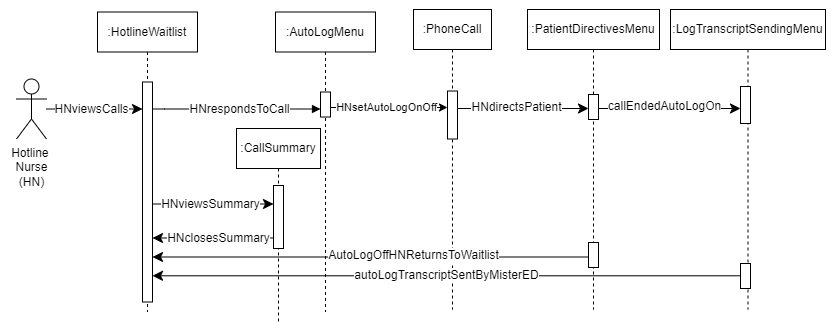
SENG-350-2024-fall/Team9 keeps this draw.io diagram as AmirWork/M2/Nurse_Hotline_SequenceDiagram.drawio.png. Above is the earlier version. Source tidied: cells renumbered, new cells last; positions are measured from the earlier drawing's top-left corner, leaving out a move shared by most shapes.
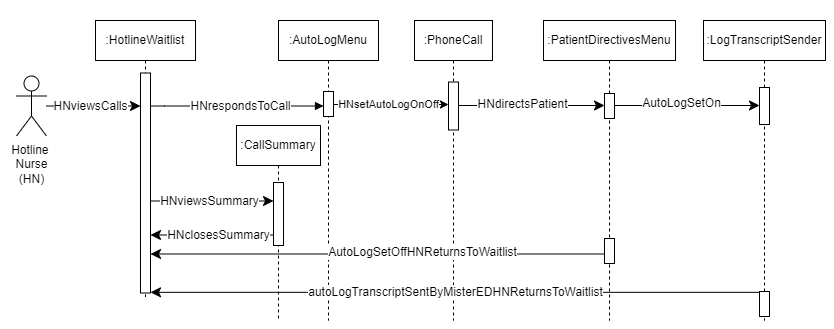
Later version of the same file.

Change to the diagram source:
```diff
@@ -3,10 +3,10 @@
     <mxCell id="0" />
     <mxCell id="1" parent="0" />
     <mxCell id="2" style="rounded=0;whiteSpace=wrap;html=1;strokeColor=none;" parent="1" vertex="1">
-      <mxGeometry y="5.5" width="116" height="147" as="geometry" />
+      <mxGeometry y="23" width="116" height="129.5" as="geometry" />
     </mxCell>
     <mxCell id="3" style="rounded=0;whiteSpace=wrap;html=1;strokeColor=none;" parent="1" vertex="1">
-      <mxGeometry x="752" width="79" height="60.5" as="geometry" />
+      <mxGeometry x="754" y="3" width="79" height="329" as="geometry" />
     </mxCell>
     <mxCell id="4" value=":CallSummary" style="shape=umlLifeline;perimeter=lifelinePerimeter;whiteSpace=wrap;html=1;newEdgeStyle={&quot;edgeStyle&quot;:&quot;elbowEdgeStyle&quot;,&quot;elbow&quot;:&quot;vertical&quot;,&quot;curved&quot;:0,&quot;rounded&quot;:0};" parent="1" vertex="1">
       <mxGeometry x="236" y="128" width="84" height="195" as="geometry" />
@@ -15,16 +15,16 @@
       <mxGeometry x="37" y="57" width="10" height="63" as="geometry" />
     </mxCell>
     <mxCell id="6" value=":HotlineWaitlist" style="shape=umlLifeline;perimeter=lifelinePerimeter;whiteSpace=wrap;html=1;newEdgeStyle={&quot;edgeStyle&quot;:&quot;elbowEdgeStyle&quot;,&quot;elbow&quot;:&quot;vertical&quot;,&quot;curved&quot;:0,&quot;rounded&quot;:0};" parent="1" vertex="1">
-      <mxGeometry x="97" y="11.5" width="100" height="300" as="geometry" />
+      <mxGeometry x="95" y="23" width="100" height="276.5" as="geometry" />
     </mxCell>
     <mxCell id="7" style="html=1;points=[];perimeter=orthogonalPerimeter;outlineConnect=0;targetShapes=umlLifeline;portConstraint=eastwest;newEdgeStyle={&quot;edgeStyle&quot;:&quot;elbowEdgeStyle&quot;,&quot;elbow&quot;:&quot;vertical&quot;,&quot;curved&quot;:0,&quot;rounded&quot;:0};" parent="6" vertex="1">
-      <mxGeometry x="45" y="70" width="10" height="220" as="geometry" />
+      <mxGeometry x="45" y="52.5" width="10" height="220" as="geometry" />
     </mxCell>
     <mxCell id="8" value=":AutoLogMenu" style="shape=umlLifeline;perimeter=lifelinePerimeter;whiteSpace=wrap;html=1;newEdgeStyle={&quot;edgeStyle&quot;:&quot;elbowEdgeStyle&quot;,&quot;elbow&quot;:&quot;vertical&quot;,&quot;curved&quot;:0,&quot;rounded&quot;:0};" parent="1" vertex="1">
-      <mxGeometry x="275" y="11.5" width="100" height="300" as="geometry" />
+      <mxGeometry x="278" y="23" width="100" height="300" as="geometry" />
     </mxCell>
     <mxCell id="9" style="html=1;points=[];perimeter=orthogonalPerimeter;outlineConnect=0;targetShapes=umlLifeline;portConstraint=eastwest;newEdgeStyle={&quot;edgeStyle&quot;:&quot;elbowEdgeStyle&quot;,&quot;elbow&quot;:&quot;vertical&quot;,&quot;curved&quot;:0,&quot;rounded&quot;:0};" parent="8" vertex="1">
-      <mxGeometry x="45" y="80" width="10" height="25" as="geometry" />
+      <mxGeometry x="45" y="71" width="10" height="25" as="geometry" />
     </mxCell>
     <mxCell id="10" style="html=1;verticalAlign=bottom;endArrow=block;edgeStyle=elbowEdgeStyle;elbow=vertical;curved=0;rounded=0;" parent="1" edge="1" source="7" target="9">
       <mxGeometry x="0.14" y="5" relative="1" as="geometry">
@@ -72,10 +72,10 @@
       <mxGeometry x="-0.1" relative="1" as="geometry" />
     </mxCell>
     <mxCell id="19" value=":PhoneCall" style="shape=umlLifeline;perimeter=lifelinePerimeter;whiteSpace=wrap;html=1;newEdgeStyle={&quot;edgeStyle&quot;:&quot;elbowEdgeStyle&quot;,&quot;elbow&quot;:&quot;vertical&quot;,&quot;curved&quot;:0,&quot;rounded&quot;:0};" parent="1" vertex="1">
-      <mxGeometry x="413" y="9" width="78" height="300" as="geometry" />
+      <mxGeometry x="414" y="23" width="78" height="300" as="geometry" />
     </mxCell>
     <mxCell id="20" style="html=1;points=[];perimeter=orthogonalPerimeter;outlineConnect=0;targetShapes=umlLifeline;portConstraint=eastwest;newEdgeStyle={&quot;edgeStyle&quot;:&quot;elbowEdgeStyle&quot;,&quot;elbow&quot;:&quot;vertical&quot;,&quot;curved&quot;:0,&quot;rounded&quot;:0};" parent="19" vertex="1">
-      <mxGeometry x="34" y="81.5" width="10" height="48" as="geometry" />
+      <mxGeometry x="34" y="61.5" width="10" height="48" as="geometry" />
     </mxCell>
     <mxCell id="21" style="edgeStyle=elbowEdgeStyle;rounded=0;jettySize=auto;html=1;elbow=horizontal;curved=0;" parent="1" edge="1" source="9" target="20">
       <mxGeometry relative="1" as="geometry">
@@ -90,13 +90,13 @@
       </mxGeometry>
     </mxCell>
     <mxCell id="23" value=":PatientDirectivesMenu" style="shape=umlLifeline;perimeter=lifelinePerimeter;whiteSpace=wrap;html=1;newEdgeStyle={&quot;edgeStyle&quot;:&quot;elbowEdgeStyle&quot;,&quot;elbow&quot;:&quot;vertical&quot;,&quot;curved&quot;:0,&quot;rounded&quot;:0};" parent="1" vertex="1">
-      <mxGeometry x="527" y="9" width="132" height="300" as="geometry" />
+      <mxGeometry x="543" y="23" width="132" height="300" as="geometry" />
     </mxCell>
     <mxCell id="24" style="html=1;points=[];perimeter=orthogonalPerimeter;outlineConnect=0;targetShapes=umlLifeline;portConstraint=eastwest;newEdgeStyle={&quot;edgeStyle&quot;:&quot;elbowEdgeStyle&quot;,&quot;elbow&quot;:&quot;vertical&quot;,&quot;curved&quot;:0,&quot;rounded&quot;:0};" parent="23" vertex="1">
-      <mxGeometry x="61" y="85" width="10" height="25" as="geometry" />
+      <mxGeometry x="61" y="73" width="10" height="25" as="geometry" />
     </mxCell>
     <mxCell id="25" style="html=1;points=[];perimeter=orthogonalPerimeter;outlineConnect=0;targetShapes=umlLifeline;portConstraint=eastwest;newEdgeStyle={&quot;edgeStyle&quot;:&quot;elbowEdgeStyle&quot;,&quot;elbow&quot;:&quot;vertical&quot;,&quot;curved&quot;:0,&quot;rounded&quot;:0};" parent="23" vertex="1">
-      <mxGeometry x="61" y="233" width="10" height="25" as="geometry" />
+      <mxGeometry x="61" y="218" width="10" height="25" as="geometry" />
     </mxCell>
     <mxCell id="26" style="edgeStyle=elbowEdgeStyle;curved=0;rounded=0;jettySize=auto;html=1;elbow=vertical;fontSize=12;startSize=8;endSize=8;" parent="1" edge="1" source="20" target="24">
       <mxGeometry relative="1" as="geometry">
@@ -110,36 +110,35 @@
         <mxPoint x="16" y="-1" as="offset" />
       </mxGeometry>
     </mxCell>
-    <mxCell id="28" value=":LogTranscriptSendingMenu" style="shape=umlLifeline;perimeter=lifelinePerimeter;whiteSpace=wrap;html=1;newEdgeStyle={&quot;edgeStyle&quot;:&quot;elbowEdgeStyle&quot;,&quot;elbow&quot;:&quot;vertical&quot;,&quot;curved&quot;:0,&quot;rounded&quot;:0};" parent="1" vertex="1">
-      <mxGeometry x="670" y="9" width="155" height="300" as="geometry" />
+    <mxCell id="28" value=":LogTranscriptSender" style="shape=umlLifeline;perimeter=lifelinePerimeter;whiteSpace=wrap;html=1;newEdgeStyle={&quot;edgeStyle&quot;:&quot;elbowEdgeStyle&quot;,&quot;elbow&quot;:&quot;vertical&quot;,&quot;curved&quot;:0,&quot;rounded&quot;:0};" parent="1" vertex="1">
+      <mxGeometry x="703" y="23" width="122" height="300" as="geometry" />
     </mxCell>
     <mxCell id="29" style="html=1;points=[];perimeter=orthogonalPerimeter;outlineConnect=0;targetShapes=umlLifeline;portConstraint=eastwest;newEdgeStyle={&quot;edgeStyle&quot;:&quot;elbowEdgeStyle&quot;,&quot;elbow&quot;:&quot;vertical&quot;,&quot;curved&quot;:0,&quot;rounded&quot;:0};" parent="28" vertex="1">
-      <mxGeometry x="70" y="254" width="10" height="25" as="geometry" />
+      <mxGeometry x="56" y="271" width="10" height="25" as="geometry" />
     </mxCell>
+    <mxCell id="32" style="html=1;points=[];perimeter=orthogonalPerimeter;outlineConnect=0;targetShapes=umlLifeline;portConstraint=eastwest;newEdgeStyle={&quot;edgeStyle&quot;:&quot;elbowEdgeStyle&quot;,&quot;elbow&quot;:&quot;vertical&quot;,&quot;curved&quot;:0,&quot;rounded&quot;:0};" parent="28" vertex="1">
+      <mxGeometry x="56" y="67" width="10" height="37" as="geometry" />
+    </mxCell>
-    <mxCell id="30" style="edgeStyle=elbowEdgeStyle;curved=0;rounded=0;jettySize=auto;html=1;elbow=vertical;fontSize=12;startSize=8;endSize=8;" parent="1" edge="1" source="24">
+    <mxCell id="30" style="edgeStyle=elbowEdgeStyle;curved=0;rounded=0;jettySize=auto;html=1;elbow=vertical;fontSize=12;startSize=8;endSize=8;" parent="1" edge="1" source="24" target="32">
       <mxGeometry relative="1" as="geometry">
-        <mxPoint x="740" y="108" as="targetPoint" />
         <Array as="points">
           <mxPoint x="673" y="108" />
         </Array>
       </mxGeometry>
     </mxCell>
-    <mxCell id="31" value="callEndedAutoLogOn" style="edgeLabel;html=1;align=center;verticalAlign=middle;fontSize=12;" parent="30" vertex="1">
+    <mxCell id="31" value="AutoLogSetOn" style="edgeLabel;html=1;align=center;verticalAlign=middle;fontSize=12;" parent="30" vertex="1">
       <mxGeometry x="-0.37" y="2" relative="1" as="geometry">
         <mxPoint x="21" as="offset" />
       </mxGeometry>
     </mxCell>
-    <mxCell id="32" style="html=1;points=[];perimeter=orthogonalPerimeter;outlineConnect=0;targetShapes=umlLifeline;portConstraint=eastwest;newEdgeStyle={&quot;edgeStyle&quot;:&quot;elbowEdgeStyle&quot;,&quot;elbow&quot;:&quot;vertical&quot;,&quot;curved&quot;:0,&quot;rounded&quot;:0};" parent="1" vertex="1">
-      <mxGeometry x="740" y="86" width="10" height="37" as="geometry" />
-    </mxCell>
-    <mxCell id="33" value="AutoLogOffHNReturnsToWaitlist" style="edgeStyle=elbowEdgeStyle;curved=0;rounded=0;jettySize=auto;html=1;elbow=horizontal;fontSize=12;startSize=8;endSize=8;startArrow=classic;startFill=1;endArrow=none;endFill=0;" parent="1" edge="1" source="7" target="25">
+    <mxCell id="33" value="AutoLogSetOffHNReturnsToWaitlist" style="edgeStyle=elbowEdgeStyle;curved=0;rounded=0;jettySize=auto;html=1;elbow=horizontal;fontSize=12;startSize=8;endSize=8;startArrow=classic;startFill=1;endArrow=none;endFill=0;" parent="1" edge="1" source="7" target="25">
       <mxGeometry x="0.2" y="2" relative="1" as="geometry">
         <Array as="points">
           <mxPoint x="354" y="256.5" />
         </Array>
       </mxGeometry>
     </mxCell>
-    <mxCell id="34" value="autoLogTranscriptSentByMisterED" style="edgeStyle=elbowEdgeStyle;curved=0;rounded=0;jettySize=auto;html=1;elbow=vertical;fontSize=12;startSize=8;endSize=8;" parent="1" edge="1" source="29" target="7">
+    <mxCell id="34" value="autoLogTranscriptSentByMisterEDHNReturnsToWaitlist" style="edgeStyle=elbowEdgeStyle;curved=0;rounded=0;jettySize=auto;html=1;elbow=vertical;fontSize=12;startSize=8;endSize=8;" parent="1" edge="1" source="29" target="7">
       <mxGeometry relative="1" as="geometry" />
     </mxCell>
   </root>
```
